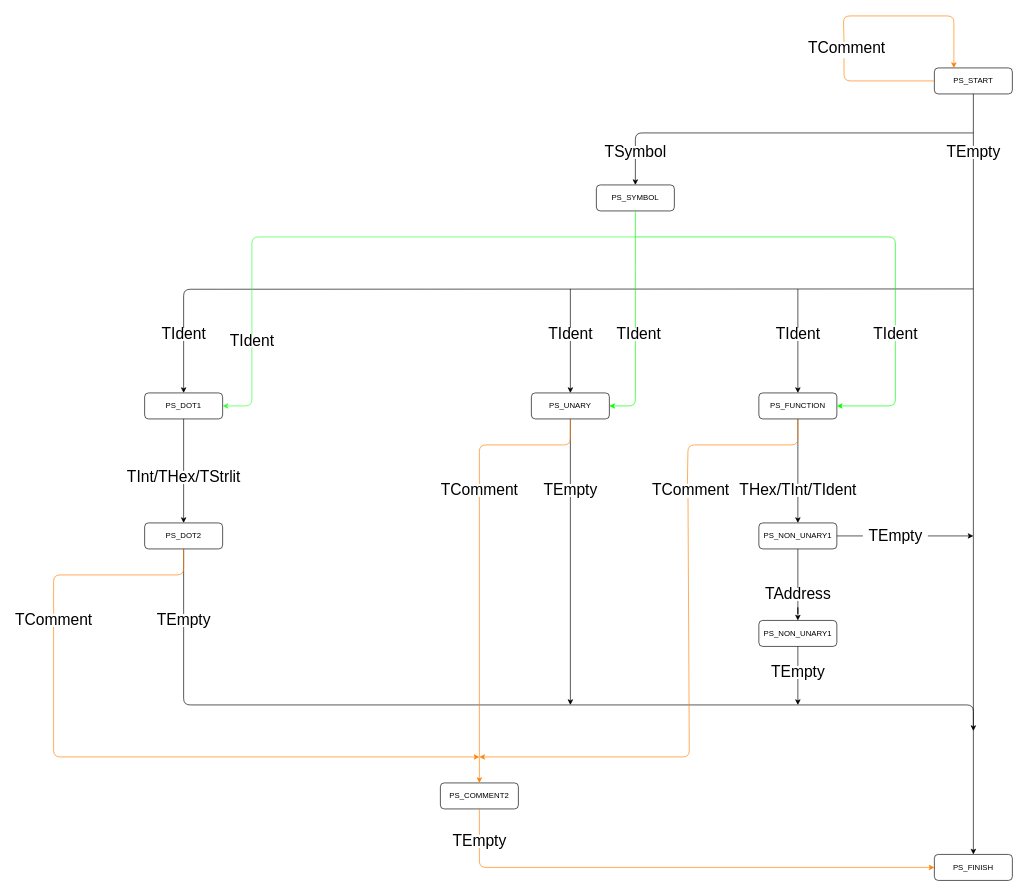
Before: page "Page-1" (1 of 2) of docs/diagrams/Parser.drawio in zackthomas1/Pep9Assembler, a draw.io diagram. Source tidied: cells renumbered, new cells numbered last; positions are measured from the earlier drawing's top-left corner, leaving out a move shared by most shapes. Both pictures are drawn from the tidied source at 65%, with x=0, y=0 at pixel (11, 16).
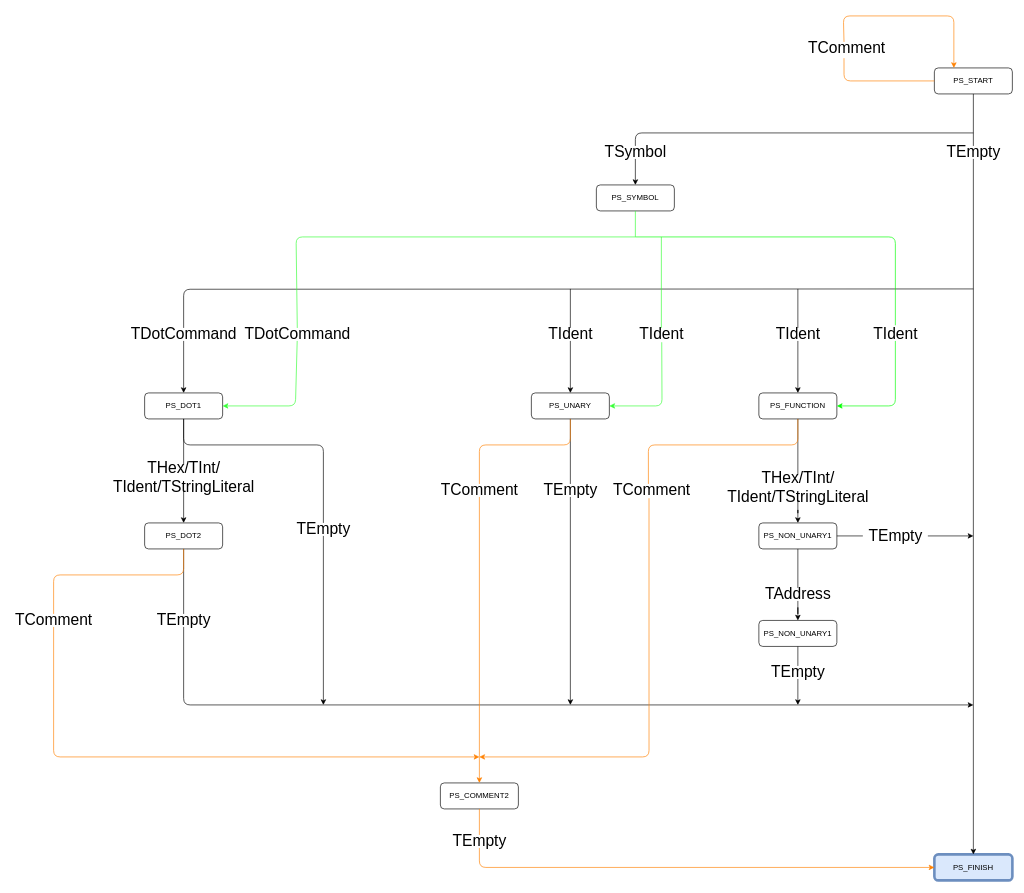
The same page after the edit.

Unchanged cells that the change refers to:
```xml
<mxCell id="6" value="PS_DOT1" style="rounded=1;whiteSpace=wrap;html=1;fontSize=12;glass=0;strokeWidth=1;shadow=0;" parent="1" vertex="1">
  <mxGeometry x="205" y="580" width="120" height="40" as="geometry" />
</mxCell>
<mxCell id="13" value="PS_UNARY" style="rounded=1;whiteSpace=wrap;html=1;fontSize=12;glass=0;strokeWidth=1;shadow=0;" parent="1" vertex="1">
  <mxGeometry x="800" y="580" width="120" height="40" as="geometry" />
</mxCell>
<mxCell id="17" value="PS_SYMBOL" style="rounded=1;whiteSpace=wrap;html=1;fontSize=12;glass=0;strokeWidth=1;shadow=0;" parent="1" vertex="1">
  <mxGeometry x="900" y="260" width="120" height="40" as="geometry" />
</mxCell>
<mxCell id="44" value="&lt;font style=&quot;font-size: 24px&quot;&gt;TEmpty&lt;/font&gt;" style="text;html=1;align=center;verticalAlign=middle;points=[];strokeColor=none;" parent="1" vertex="1">
  <mxGeometry x="215" y="920" width="100" height="20" as="geometry" />
</mxCell>
```

The edit, as a diff of the source:
```diff
@@
-    <mxCell id="7" value="PS_FINISH" style="rounded=1;whiteSpace=wrap;html=1;fontSize=12;glass=0;strokeWidth=1;shadow=0;" parent="1" vertex="1">
+    <mxCell id="7" value="PS_FINISH" style="rounded=1;whiteSpace=wrap;html=1;fontSize=12;glass=0;strokeWidth=4;shadow=0;fillColor=#dae8fc;strokeColor=#6c8ebf;" parent="1" vertex="1">
       <mxGeometry x="1420" y="1290" width="120" height="40" as="geometry" />
     </mxCell>
@@
     <mxCell id="12" style="edgeStyle=orthogonalEdgeStyle;rounded=1;jettySize=auto;html=1;exitX=0.5;exitY=1;exitDx=0;exitDy=0;startArrow=none;" parent="1" edge="1" source="44">
       <mxGeometry relative="1" as="geometry">
-        <mxPoint x="1480" y="1100" as="targetPoint" />
+        <mxPoint x="1480" y="1060" as="targetPoint" />
         <Array as="points">
           <mxPoint x="265" y="1060" />
           <mxPoint x="1480" y="1060" />
         </Array>
       </mxGeometry>
     </mxCell>
@@
-    <mxCell id="15" style="edgeStyle=orthogonalEdgeStyle;rounded=1;jettySize=auto;html=1;entryX=1;entryY=0.5;entryDx=0;entryDy=0;strokeColor=#00FF00;startArrow=none;" parent="1" edge="1" source="62" target="13">
-      <mxGeometry relative="1" as="geometry">
-        <Array as="points">
-          <mxPoint x="960" y="600" />
-        </Array>
-      </mxGeometry>
-    </mxCell>
@@
     <mxCell id="27" style="endArrow=classic;html=1;strokeColor=#FF8000;startArrow=none;exitX=0.469;exitY=1.1;exitDx=0;exitDy=0;exitPerimeter=0;" parent="1" edge="1" source="57">
       <mxGeometry relative="1" as="geometry">
         <mxPoint x="720" y="1140" as="targetPoint" />
         <Array as="points">
-          <mxPoint x="1043" y="1140" />
+          <mxPoint x="981" y="1140" />
         </Array>
       </mxGeometry>
     </mxCell>
-    <mxCell id="28" value="&lt;font style=&quot;font-size: 24px&quot;&gt;TIdent&lt;/font&gt;" style="text;html=1;align=center;verticalAlign=middle;points=[];strokeColor=none;" parent="1" vertex="1">
-      <mxGeometry x="225" y="480" width="80" height="20" as="geometry" />
+    <mxCell id="28" value="&lt;span style=&quot;font-size: 24px&quot;&gt;TDotCommand&lt;/span&gt;" style="text;html=1;align=center;verticalAlign=middle;points=[];strokeColor=none;" parent="1" vertex="1">
+      <mxGeometry x="175" y="480" width="180" height="20" as="geometry" />
     </mxCell>
@@
-    <mxCell id="32" value="&lt;font style=&quot;font-size: 24px&quot;&gt;TIdent&lt;/font&gt;" style="text;html=1;align=center;verticalAlign=middle;points=[];strokeColor=none;" parent="1" vertex="1">
+    <mxCell id="32" value="&lt;span style=&quot;font-size: 24px&quot;&gt;TIdent&lt;/span&gt;" style="text;html=1;align=center;verticalAlign=middle;points=[];strokeColor=none;" parent="1" vertex="1">
       <mxGeometry x="820" y="480" width="80" height="20" as="geometry" />
     </mxCell>
@@
-    <mxCell id="34" value="&lt;font style=&quot;font-size: 24px&quot;&gt;TIdent&lt;/font&gt;" style="text;html=1;align=center;verticalAlign=middle;points=[];strokeColor=none;" parent="1" vertex="1">
+    <mxCell id="34" value="&lt;span style=&quot;font-size: 24px&quot;&gt;TIdent&lt;/span&gt;" style="text;html=1;align=center;verticalAlign=middle;points=[];strokeColor=none;" parent="1" vertex="1">
       <mxGeometry x="1170" y="480" width="80" height="20" as="geometry" />
     </mxCell>
@@
-    <mxCell id="38" value="&lt;font style=&quot;font-size: 24px&quot;&gt;THex/TInt/TIdent&lt;/font&gt;" style="text;html=1;align=center;verticalAlign=middle;points=[];strokeColor=none;" parent="1" vertex="1">
-      <mxGeometry x="1110" y="720" width="200" height="20" as="geometry" />
+    <mxCell id="38" value="&lt;font style=&quot;font-size: 24px&quot;&gt;THex/TInt/&lt;br&gt;TIdent/TStringLiteral&lt;/font&gt;" style="text;html=1;align=center;verticalAlign=middle;points=[];strokeColor=none;" parent="1" vertex="1">
+      <mxGeometry x="1095" y="705" width="230" height="40" as="geometry" />
     </mxCell>
@@
-    <mxCell id="48" value="&lt;font style=&quot;font-size: 24px&quot;&gt;TInt/THex/TStrlit&lt;/font&gt;" style="text;html=1;align=center;verticalAlign=middle;points=[];strokeColor=none;" parent="1" vertex="1">
-      <mxGeometry x="170" y="700" width="190" height="20" as="geometry" />
+    <mxCell id="48" value="&lt;span style=&quot;font-size: 24px&quot;&gt;THex/TInt/&lt;br&gt;&lt;/span&gt;&lt;span style=&quot;font-size: 24px&quot;&gt;TIdent/TStringLiteral&lt;/span&gt;" style="text;html=1;align=center;verticalAlign=middle;points=[];strokeColor=none;" parent="1" vertex="1">
+      <mxGeometry x="150" y="690" width="230" height="40" as="geometry" />
     </mxCell>
@@
     <mxCell id="57" value="&lt;font style=&quot;font-size: 24px&quot;&gt;TComment&lt;/font&gt;" style="text;html=1;align=center;verticalAlign=middle;points=[];strokeColor=none;" parent="1" vertex="1">
-      <mxGeometry x="980" y="720" width="130" height="20" as="geometry" />
+      <mxGeometry x="920" y="720" width="130" height="20" as="geometry" />
     </mxCell>
     <mxCell id="58" style="endArrow=none;html=1;strokeColor=#FF8000;entryX=0.462;entryY=0;entryDx=0;entryDy=0;entryPerimeter=0;" parent="1" edge="1" target="57">
       <mxGeometry relative="1" as="geometry">
         <mxPoint x="1210" y="620" as="sourcePoint" />
         <Array as="points">
           <mxPoint x="1210" y="660" />
-          <mxPoint x="1041" y="660" />
+          <mxPoint x="980" y="660" />
         </Array>
       </mxGeometry>
     </mxCell>
-    <mxCell id="59" value="&lt;font style=&quot;font-size: 24px&quot;&gt;TIdent&lt;/font&gt;" style="text;html=1;align=center;verticalAlign=middle;points=[];strokeColor=none;" parent="1" vertex="1">
-      <mxGeometry x="330" y="490" width="80" height="20" as="geometry" />
+    <mxCell id="59" value="&lt;span style=&quot;font-size: 24px&quot;&gt;TDotCommand&lt;/span&gt;" style="text;html=1;align=center;verticalAlign=middle;points=[];strokeColor=none;" parent="1" vertex="1">
+      <mxGeometry x="350" y="480" width="180" height="20" as="geometry" />
     </mxCell>
-    <mxCell id="60" value="&lt;font style=&quot;font-size: 24px&quot;&gt;TIdent&lt;/font&gt;" style="text;html=1;align=center;verticalAlign=middle;points=[];strokeColor=none;" parent="1" vertex="1">
+    <mxCell id="60" value="&lt;span style=&quot;font-size: 24px&quot;&gt;TIdent&lt;/span&gt;" style="text;html=1;align=center;verticalAlign=middle;points=[];strokeColor=none;" parent="1" vertex="1">
       <mxGeometry x="1320" y="480" width="80" height="20" as="geometry" />
     </mxCell>
@@
     <mxCell id="62" value="&lt;span style=&quot;font-size: 24px&quot;&gt;TIdent&lt;/span&gt;" style="text;html=1;align=center;verticalAlign=middle;points=[];strokeColor=none;" parent="1" vertex="1">
-      <mxGeometry x="925" y="480" width="80" height="20" as="geometry" />
+      <mxGeometry x="960" y="480" width="80" height="20" as="geometry" />
     </mxCell>
-    <mxCell id="63" style="edgeStyle=orthogonalEdgeStyle;rounded=1;jettySize=auto;html=1;strokeColor=#00FF00;endArrow=none;" parent="1" edge="1" source="17" target="62">
-      <mxGeometry relative="1" as="geometry">
-        <Array as="points">
-          <mxPoint x="960" y="400" />
-          <mxPoint x="960" y="400" />
-        </Array>
-      </mxGeometry>
-    </mxCell>
@@
     <mxCell id="70" style="endArrow=classic;html=1;strokeColor=#33FF33;entryX=1;entryY=0.5;entryDx=0;entryDy=0;" parent="1" edge="1" source="59" target="6">
       <mxGeometry relative="1" as="geometry">
         <Array as="points">
-          <mxPoint x="370" y="600" />
+          <mxPoint x="437" y="600" />
         </Array>
       </mxGeometry>
     </mxCell>
     <mxCell id="71" style="endArrow=none;html=1;strokeColor=#33FF33;" parent="1" edge="1" source="59">
       <mxGeometry relative="1" as="geometry">
         <mxPoint x="960" y="340" as="targetPoint" />
         <Array as="points">
-          <mxPoint x="370" y="340" />
+          <mxPoint x="438" y="340" />
         </Array>
       </mxGeometry>
     </mxCell>
+    <mxCell id="15" style="endArrow=classic;html=1;exitX=0.507;exitY=1.1;exitDx=0;exitDy=0;exitPerimeter=0;entryX=1;entryY=0.5;entryDx=0;entryDy=0;strokeColor=#33FF33;" parent="1" edge="1" source="62" target="13">
+      <mxGeometry relative="1" as="geometry">
+        <Array as="points">
+          <mxPoint x="1001" y="600" />
+        </Array>
+      </mxGeometry>
+    </mxCell>
+    <mxCell id="72" style="endArrow=none;html=1;strokeColor=#33FF33;" parent="1" edge="1" target="62">
+      <mxGeometry relative="1" as="geometry">
+        <mxPoint x="1000" y="340" as="sourcePoint" />
+      </mxGeometry>
+    </mxCell>
+    <mxCell id="73" style="endArrow=none;html=1;strokeColor=#33FF33;exitX=0.5;exitY=1;exitDx=0;exitDy=0;" parent="1" edge="1" source="17">
+      <mxGeometry relative="1" as="geometry">
+        <mxPoint x="960" y="340" as="targetPoint" />
+      </mxGeometry>
+    </mxCell>
+    <mxCell id="74" style="endArrow=classic;html=1;exitX=0.5;exitY=1;exitDx=0;exitDy=0;startArrow=none;" parent="1" edge="1" source="75">
+      <mxGeometry relative="1" as="geometry">
+        <mxPoint x="480" y="1060" as="targetPoint" />
+      </mxGeometry>
+    </mxCell>
+    <mxCell id="75" value="&lt;font style=&quot;font-size: 24px&quot;&gt;TEmpty&lt;/font&gt;" style="text;html=1;align=center;verticalAlign=middle;points=[];strokeColor=none;" parent="1" vertex="1">
+      <mxGeometry x="430" y="780" width="100" height="20" as="geometry" />
+    </mxCell>
+    <mxCell id="76" style="endArrow=none;html=1;exitX=0.5;exitY=1;exitDx=0;exitDy=0;" parent="1" edge="1" source="6" target="75">
+      <mxGeometry relative="1" as="geometry">
+        <Array as="points">
+          <mxPoint x="265" y="660" />
+          <mxPoint x="480" y="660" />
+        </Array>
+      </mxGeometry>
+    </mxCell>
```
